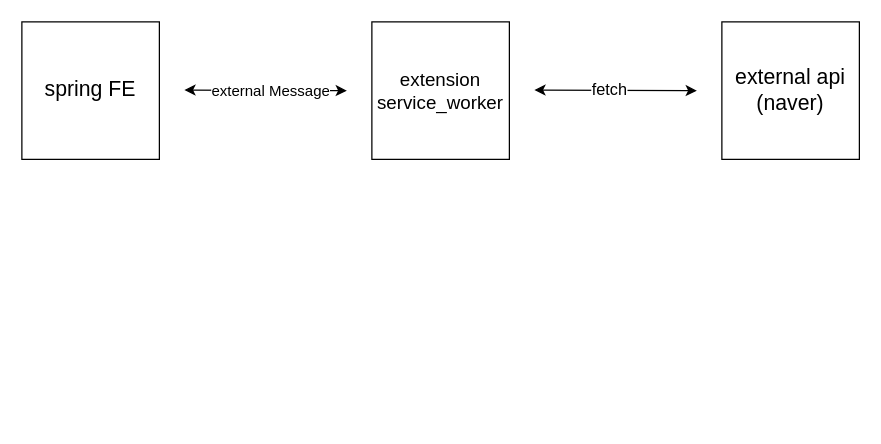
Before: background를 이용한 키워드 조회 아키텍처.drawio in rlagudals95/architecture_diagram, a draw.io diagram. Source tidied: cells renumbered, new cells numbered last; positions are measured from the earlier drawing's top-left corner, leaving out a move shared by most shapes. Both pictures are drawn from the tidied source at 125%, with x=0, y=0 at pixel (21, 21).
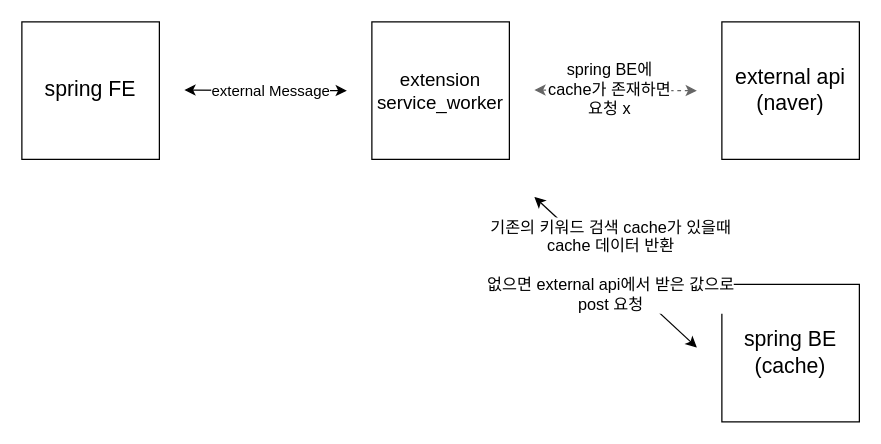
Above is the later version.

Commit message:
background를 이용한 키워드 조회 아키텍처.drawio 업데이트

Change to the diagram source:
```diff
@@
 <mxGraphModel>
   <root>
     <mxCell id="0" />
     <mxCell id="1" parent="0" />
     <mxCell id="2" value="&lt;font style=&quot;font-size: 17px;&quot;&gt;spring FE&lt;/font&gt;" style="whiteSpace=wrap;html=1;" parent="1" vertex="1">
       <mxGeometry width="110" height="110" as="geometry" />
     </mxCell>
     <mxCell id="3" value="&lt;font style=&quot;font-size: 15px;&quot;&gt;extension&lt;br&gt;service_worker&lt;br&gt;&lt;/font&gt;" style="whiteSpace=wrap;html=1;" parent="1" vertex="1">
       <mxGeometry x="280" width="110" height="110" as="geometry" />
     </mxCell>
     <mxCell id="4" value="&lt;span style=&quot;font-size: 17px;&quot;&gt;external api&lt;br&gt;(naver)&lt;br&gt;&lt;/span&gt;" style="whiteSpace=wrap;html=1;" parent="1" vertex="1">
       <mxGeometry x="560" width="110" height="110" as="geometry" />
     </mxCell>
     <mxCell id="5" style="endArrow=classic;startArrow=classic;html=1;rounded=0;" parent="1" edge="1">
       <mxGeometry relative="1" as="geometry">
         <mxPoint x="130" y="54.5" as="sourcePoint" />
         <mxPoint x="260" y="55" as="targetPoint" />
       </mxGeometry>
     </mxCell>
     <mxCell id="6" value="&lt;font style=&quot;font-size: 12px;&quot;&gt;external Message&lt;/font&gt;" style="edgeLabel;html=1;align=center;verticalAlign=middle;" parent="5" vertex="1">
       <mxGeometry x="0.06" y="-1" relative="1" as="geometry" />
     </mxCell>
-    <mxCell id="7" style="endArrow=classic;startArrow=classic;html=1;rounded=0;" parent="1" edge="1">
+    <mxCell id="7" style="endArrow=classic;startArrow=classic;html=1;rounded=0;fillColor=#f5f5f5;strokeColor=#666666;dashed=1;" parent="1" edge="1">
       <mxGeometry relative="1" as="geometry">
         <mxPoint x="410" y="54.5" as="sourcePoint" />
         <mxPoint x="540" y="55" as="targetPoint" />
       </mxGeometry>
     </mxCell>
-    <mxCell id="8" value="&lt;font style=&quot;font-size: 13px;&quot;&gt;fetch&lt;/font&gt;" style="edgeLabel;html=1;align=center;verticalAlign=middle;" parent="7" vertex="1">
+    <mxCell id="8" value="&lt;span style=&quot;font-size: 13px;&quot;&gt;spring BE에&lt;br&gt;cache가 존재하면&lt;br&gt;요청 x&lt;br&gt;&lt;/span&gt;" style="edgeLabel;html=1;align=center;verticalAlign=middle;" parent="7" vertex="1">
       <mxGeometry x="-0.09" y="1" relative="1" as="geometry" />
     </mxCell>
+    <mxCell id="9" value="&lt;span style=&quot;font-size: 17px;&quot;&gt;spring BE&lt;br&gt;(cache)&lt;br&gt;&lt;/span&gt;" style="whiteSpace=wrap;html=1;" parent="1" vertex="1">
+      <mxGeometry x="560" y="210" width="110" height="110" as="geometry" />
+    </mxCell>
+    <mxCell id="10" style="endArrow=classic;startArrow=classic;html=1;rounded=0;" parent="1" edge="1">
+      <mxGeometry relative="1" as="geometry">
+        <mxPoint x="410" y="140" as="sourcePoint" />
+        <mxPoint x="540" y="260.5" as="targetPoint" />
+      </mxGeometry>
+    </mxCell>
+    <mxCell id="11" value="&lt;span style=&quot;font-size: 13px;&quot;&gt;기존의 키워드 검색 cache가 있을때&lt;br&gt;cache 데이터 반환&lt;br&gt;&lt;br&gt;없으면 external api에서 받은 값으로&lt;br&gt;post 요청&lt;br&gt;&lt;/span&gt;" style="edgeLabel;html=1;align=center;verticalAlign=middle;" parent="10" vertex="1">
+      <mxGeometry x="-0.09" y="1" relative="1" as="geometry" />
+    </mxCell>
   </root>
 </mxGraphModel>
```
